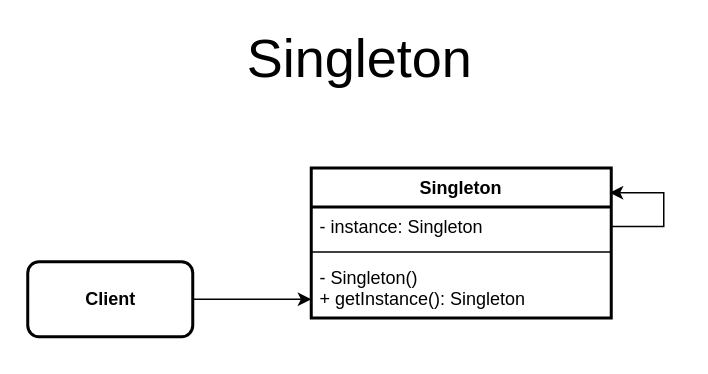
This is Singleton/Singleton.drawio from bogdanlotuk/patterns, a draw.io file, before an edit. Source tidied: cells renumbered, new cells numbered last; positions are measured from the earlier drawing's top-left corner, leaving out a move shared by most shapes. Both pictures are drawn from the tidied source at 150%, with x=0, y=0 at pixel (27, 27).
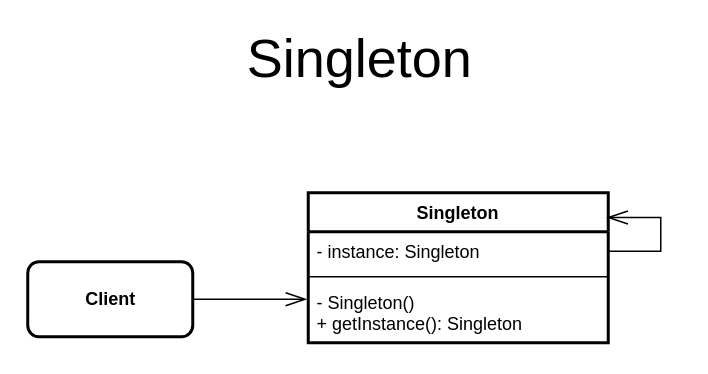
The same page after the edit.

The edit, as a diff of the source:
```diff
@@
 <mxGraphModel>
   <root>
     <mxCell id="0" />
     <mxCell id="1" parent="0" />
     <mxCell id="2" value="Singleton" style="swimlane;fontStyle=1;align=center;verticalAlign=top;horizontal=1;startSize=26;strokeWidth=2;" parent="1" vertex="1">
-      <mxGeometry x="189" y="93.5" width="200" height="100" as="geometry" />
+      <mxGeometry x="187" y="110" width="200" height="100" as="geometry" />
     </mxCell>
-    <mxCell id="3" style="edgeStyle=orthogonalEdgeStyle;rounded=0;jettySize=auto;html=1;entryX=0.995;entryY=0.165;entryDx=0;entryDy=0;entryPerimeter=0;exitX=1;exitY=0.5;exitDx=0;exitDy=0;" parent="2" edge="1" source="4" target="2">
+    <mxCell id="3" style="edgeStyle=orthogonalEdgeStyle;rounded=0;jettySize=auto;html=1;entryX=0.995;entryY=0.165;entryDx=0;entryDy=0;entryPerimeter=0;exitX=1;exitY=0.5;exitDx=0;exitDy=0;endArrow=openThin;endFill=0;endSize=12;" parent="2" edge="1" source="4" target="2">
       <mxGeometry relative="1" as="geometry">
         <Array as="points">
           <mxPoint x="235" y="39" />
           <mxPoint x="235" y="17" />
         </Array>
       </mxGeometry>
     </mxCell>
     <mxCell id="4" value="- instance: Singleton" style="text;strokeColor=none;fillColor=none;align=left;verticalAlign=top;spacingLeft=4;spacingRight=4;overflow=hidden;points=[[0,0.5],[1,0.5]];portConstraint=eastwest;" parent="2" vertex="1">
       <mxGeometry y="26" width="200" height="26" as="geometry" />
     </mxCell>
     <mxCell id="5" style="line;strokeWidth=1;fillColor=none;align=left;verticalAlign=middle;spacingTop=-1;spacingLeft=3;spacingRight=3;labelPosition=right;" parent="2" vertex="1">
       <mxGeometry y="52" width="200" height="8" as="geometry" />
     </mxCell>
     <mxCell id="6" value="- Singleton()&#10;+ getInstance(): Singleton" style="text;strokeColor=none;fillColor=none;align=left;verticalAlign=top;spacingLeft=4;spacingRight=4;overflow=hidden;points=[[0,0.5],[1,0.5]];portConstraint=eastwest;" parent="2" vertex="1">
       <mxGeometry y="60" width="200" height="40" as="geometry" />
     </mxCell>
-    <mxCell id="7" style="edgeStyle=orthogonalEdgeStyle;rounded=0;jettySize=auto;html=1;entryX=0;entryY=0.688;entryDx=0;entryDy=0;entryPerimeter=0;" parent="1" edge="1" source="8" target="6">
-      <mxGeometry relative="1" as="geometry" />
+    <mxCell id="7" style="edgeStyle=orthogonalEdgeStyle;rounded=0;jettySize=auto;html=1;endArrow=openThin;endFill=0;endSize=12;" parent="1" edge="1" source="8">
+      <mxGeometry relative="1" as="geometry">
+        <mxPoint x="186" y="181" as="targetPoint" />
+      </mxGeometry>
     </mxCell>
     <mxCell id="8" value="&lt;b&gt;Client&lt;/b&gt;" style="html=1;rounded=1;strokeWidth=2;" parent="1" vertex="1">
       <mxGeometry y="156" width="110" height="50" as="geometry" />
     </mxCell>
     <mxCell id="9" value="Singleton" style="text;html=1;strokeColor=none;fillColor=none;align=center;verticalAlign=middle;whiteSpace=wrap;rounded=0;fontSize=36;fontStyle=0;spacingTop=0;spacingLeft=0;" parent="1" vertex="1">
       <mxGeometry x="114" width="215" height="40" as="geometry" />
     </mxCell>
   </root>
 </mxGraphModel>
```
